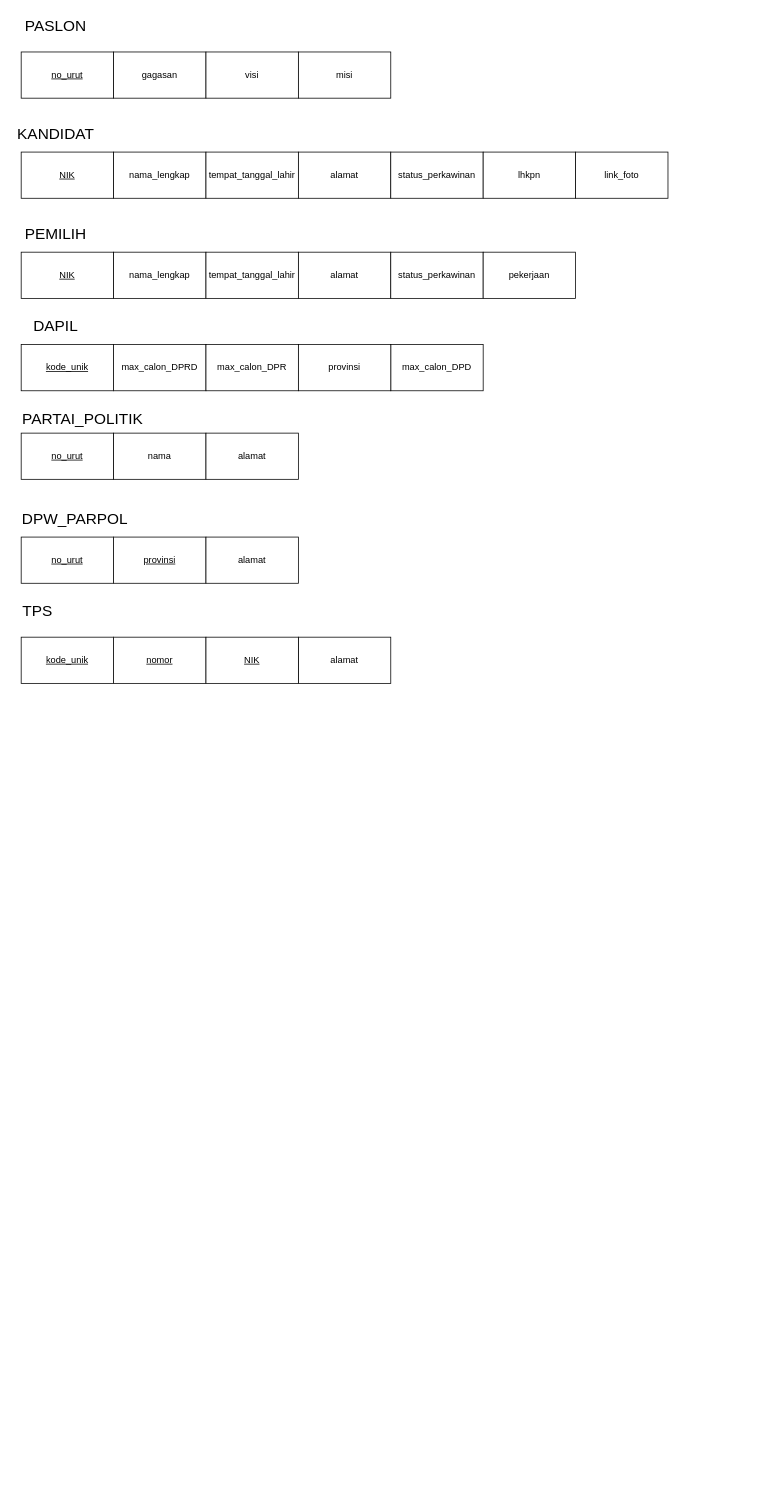
Before: TI_2_coba.drawio in thirza258/draw.io, a draw.io diagram. Source tidied: cells renumbered, new cells numbered last; positions are measured from the earlier drawing's top-left corner, leaving out a move shared by most shapes. Both pictures are drawn from the tidied source at 77%, with x=0, y=0 at pixel (13, 13).
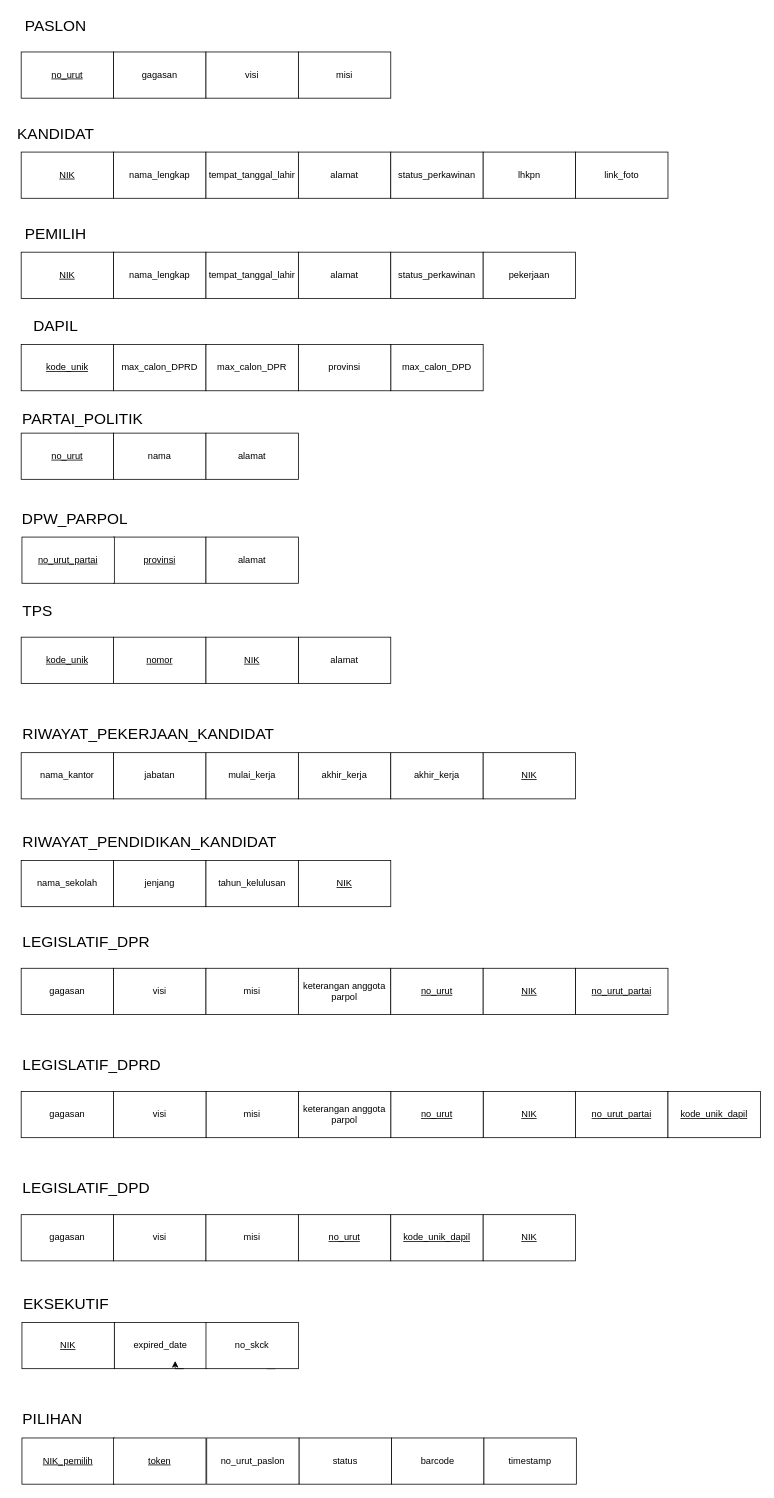
The same diagram, later.

The edit, as a diff of the source:
```diff
@@
-    <mxCell id="33" value="no_urut" style="rounded=0;whiteSpace=wrap;html=1;fontStyle=4;" parent="1" vertex="1">
-      <mxGeometry x="10" y="680" width="120" height="60" as="geometry" />
+    <mxCell id="33" value="no_urut_partai" style="rounded=0;whiteSpace=wrap;html=1;fontStyle=4;" parent="1" vertex="1">
+      <mxGeometry x="11" y="680" width="120" height="60" as="geometry" />
     </mxCell>
@@
+    <mxCell id="41" value="nama_kantor" style="rounded=0;whiteSpace=wrap;html=1;fontStyle=0;" parent="1" vertex="1">
+      <mxGeometry x="10" y="960" width="120" height="60" as="geometry" />
+    </mxCell>
+    <mxCell id="42" value="jabatan" style="rounded=0;whiteSpace=wrap;html=1;fontStyle=0;" parent="1" vertex="1">
+      <mxGeometry x="130" y="960" width="120" height="60" as="geometry" />
+    </mxCell>
+    <mxCell id="43" value="mulai_kerja" style="rounded=0;whiteSpace=wrap;html=1;fontStyle=0;" parent="1" vertex="1">
+      <mxGeometry x="250" y="960" width="120" height="60" as="geometry" />
+    </mxCell>
+    <mxCell id="44" value="akhir_kerja" style="rounded=0;whiteSpace=wrap;html=1;fontStyle=0;" parent="1" vertex="1">
+      <mxGeometry x="370" y="960" width="120" height="60" as="geometry" />
+    </mxCell>
+    <mxCell id="45" value="RIWAYAT_PEKERJAAN_KANDIDAT" style="text;html=1;align=left;verticalAlign=middle;whiteSpace=wrap;rounded=0;fontSize=20;" parent="1" vertex="1">
+      <mxGeometry x="10" y="920" width="330" height="30" as="geometry" />
+    </mxCell>
+    <mxCell id="46" value="akhir_kerja" style="rounded=0;whiteSpace=wrap;html=1;fontStyle=0;" parent="1" vertex="1">
+      <mxGeometry x="490" y="960" width="120" height="60" as="geometry" />
+    </mxCell>
+    <mxCell id="47" value="NIK" style="rounded=0;whiteSpace=wrap;html=1;fontStyle=4;" parent="1" vertex="1">
+      <mxGeometry x="610" y="960" width="120" height="60" as="geometry" />
+    </mxCell>
+    <mxCell id="48" value="nama_sekolah" style="rounded=0;whiteSpace=wrap;html=1;fontStyle=0;" parent="1" vertex="1">
+      <mxGeometry x="10" y="1100" width="120" height="60" as="geometry" />
+    </mxCell>
+    <mxCell id="49" value="jenjang" style="rounded=0;whiteSpace=wrap;html=1;fontStyle=0;" parent="1" vertex="1">
+      <mxGeometry x="130" y="1100" width="120" height="60" as="geometry" />
+    </mxCell>
+    <mxCell id="50" value="tahun_kelulusan" style="rounded=0;whiteSpace=wrap;html=1;fontStyle=0;" parent="1" vertex="1">
+      <mxGeometry x="250" y="1100" width="120" height="60" as="geometry" />
+    </mxCell>
+    <mxCell id="51" value="RIWAYAT_PENDIDIKAN_KANDIDAT" style="text;html=1;align=left;verticalAlign=middle;whiteSpace=wrap;rounded=0;fontSize=20;" parent="1" vertex="1">
+      <mxGeometry x="10" y="1060" width="330" height="30" as="geometry" />
+    </mxCell>
+    <mxCell id="52" value="NIK" style="rounded=0;whiteSpace=wrap;html=1;fontStyle=4;" parent="1" vertex="1">
+      <mxGeometry x="370" y="1100" width="120" height="60" as="geometry" />
+    </mxCell>
+    <mxCell id="53" value="gagasan" style="rounded=0;whiteSpace=wrap;html=1;fontStyle=0;" parent="1" vertex="1">
+      <mxGeometry x="10" y="1240" width="120" height="60" as="geometry" />
+    </mxCell>
+    <mxCell id="54" value="LEGISLATIF_DPR" style="text;html=1;align=left;verticalAlign=middle;whiteSpace=wrap;rounded=0;fontSize=20;" parent="1" vertex="1">
+      <mxGeometry x="10" y="1190" width="330" height="30" as="geometry" />
+    </mxCell>
+    <mxCell id="55" value="visi" style="rounded=0;whiteSpace=wrap;html=1;fontStyle=0;" parent="1" vertex="1">
+      <mxGeometry x="130" y="1240" width="120" height="60" as="geometry" />
+    </mxCell>
+    <mxCell id="56" value="misi" style="rounded=0;whiteSpace=wrap;html=1;fontStyle=0;" parent="1" vertex="1">
+      <mxGeometry x="250" y="1240" width="120" height="60" as="geometry" />
+    </mxCell>
+    <mxCell id="57" value="keterangan anggota parpol" style="rounded=0;whiteSpace=wrap;html=1;fontStyle=0;" parent="1" vertex="1">
+      <mxGeometry x="370" y="1240" width="120" height="60" as="geometry" />
+    </mxCell>
+    <mxCell id="58" value="no_urut" style="rounded=0;whiteSpace=wrap;html=1;fontStyle=4;" parent="1" vertex="1">
+      <mxGeometry x="490" y="1240" width="120" height="60" as="geometry" />
+    </mxCell>
+    <mxCell id="59" value="NIK" style="rounded=0;whiteSpace=wrap;html=1;fontStyle=4;" parent="1" vertex="1">
+      <mxGeometry x="610" y="1240" width="120" height="60" as="geometry" />
+    </mxCell>
+    <mxCell id="60" value="no_urut_partai" style="rounded=0;whiteSpace=wrap;html=1;fontStyle=4;" parent="1" vertex="1">
+      <mxGeometry x="730" y="1240" width="120" height="60" as="geometry" />
+    </mxCell>
+    <mxCell id="61" value="no_urut_partai" style="rounded=0;whiteSpace=wrap;html=1;fontStyle=4;" parent="1" vertex="1">
+      <mxGeometry x="730" y="1400" width="120" height="60" as="geometry" />
+    </mxCell>
+    <mxCell id="62" value="NIK" style="rounded=0;whiteSpace=wrap;html=1;fontStyle=4;" parent="1" vertex="1">
+      <mxGeometry x="610" y="1400" width="120" height="60" as="geometry" />
+    </mxCell>
+    <mxCell id="63" value="no_urut" style="rounded=0;whiteSpace=wrap;html=1;fontStyle=4;" parent="1" vertex="1">
+      <mxGeometry x="490" y="1400" width="120" height="60" as="geometry" />
+    </mxCell>
+    <mxCell id="64" value="keterangan anggota parpol" style="rounded=0;whiteSpace=wrap;html=1;fontStyle=0;" parent="1" vertex="1">
+      <mxGeometry x="370" y="1400" width="120" height="60" as="geometry" />
+    </mxCell>
+    <mxCell id="65" value="misi" style="rounded=0;whiteSpace=wrap;html=1;fontStyle=0;" parent="1" vertex="1">
+      <mxGeometry x="250" y="1400" width="120" height="60" as="geometry" />
+    </mxCell>
+    <mxCell id="66" value="visi" style="rounded=0;whiteSpace=wrap;html=1;fontStyle=0;" parent="1" vertex="1">
+      <mxGeometry x="130" y="1400" width="120" height="60" as="geometry" />
+    </mxCell>
+    <mxCell id="67" value="gagasan" style="rounded=0;whiteSpace=wrap;html=1;fontStyle=0;" parent="1" vertex="1">
+      <mxGeometry x="10" y="1400" width="120" height="60" as="geometry" />
+    </mxCell>
+    <mxCell id="68" value="LEGISLATIF_DPRD" style="text;html=1;align=left;verticalAlign=middle;whiteSpace=wrap;rounded=0;fontSize=20;" parent="1" vertex="1">
+      <mxGeometry x="10" y="1350" width="330" height="30" as="geometry" />
+    </mxCell>
+    <mxCell id="69" value="kode_unik_dapil" style="rounded=0;whiteSpace=wrap;html=1;fontStyle=4;" parent="1" vertex="1">
+      <mxGeometry x="850" y="1400" width="120" height="60" as="geometry" />
+    </mxCell>
+    <mxCell id="70" value="LEGISLATIF_DPD" style="text;html=1;align=left;verticalAlign=middle;whiteSpace=wrap;rounded=0;fontSize=20;" parent="1" vertex="1">
+      <mxGeometry x="10" y="1510" width="330" height="30" as="geometry" />
+    </mxCell>
+    <mxCell id="71" value="gagasan" style="rounded=0;whiteSpace=wrap;html=1;fontStyle=0;" parent="1" vertex="1">
+      <mxGeometry x="10" y="1560" width="120" height="60" as="geometry" />
+    </mxCell>
+    <mxCell id="72" value="visi" style="rounded=0;whiteSpace=wrap;html=1;fontStyle=0;" parent="1" vertex="1">
+      <mxGeometry x="130" y="1560" width="120" height="60" as="geometry" />
+    </mxCell>
+    <mxCell id="73" value="misi" style="rounded=0;whiteSpace=wrap;html=1;fontStyle=0;" parent="1" vertex="1">
+      <mxGeometry x="250" y="1560" width="120" height="60" as="geometry" />
+    </mxCell>
+    <mxCell id="74" value="no_urut" style="rounded=0;whiteSpace=wrap;html=1;fontStyle=4;" parent="1" vertex="1">
+      <mxGeometry x="370" y="1560" width="120" height="60" as="geometry" />
+    </mxCell>
+    <mxCell id="75" value="kode_unik_dapil" style="rounded=0;whiteSpace=wrap;html=1;fontStyle=4;" parent="1" vertex="1">
+      <mxGeometry x="490" y="1560" width="120" height="60" as="geometry" />
+    </mxCell>
+    <mxCell id="76" value="NIK" style="rounded=0;whiteSpace=wrap;html=1;fontStyle=4;" parent="1" vertex="1">
+      <mxGeometry x="610" y="1560" width="120" height="60" as="geometry" />
+    </mxCell>
+    <mxCell id="77" value="NIK" style="rounded=0;whiteSpace=wrap;html=1;fontStyle=4;" parent="1" vertex="1">
+      <mxGeometry x="11" y="1700" width="120" height="60" as="geometry" />
+    </mxCell>
+    <mxCell id="78" value="expired_date" style="rounded=0;whiteSpace=wrap;html=1;fontStyle=0;" parent="1" vertex="1">
+      <mxGeometry x="131" y="1700" width="120" height="60" as="geometry" />
+    </mxCell>
+    <mxCell id="79" style="edgeStyle=orthogonalEdgeStyle;rounded=0;orthogonalLoop=1;jettySize=auto;html=1;exitX=0.75;exitY=1;exitDx=0;exitDy=0;entryX=0.658;entryY=0.833;entryDx=0;entryDy=0;entryPerimeter=0;" parent="1" edge="1" source="78" target="78">
+      <mxGeometry relative="1" as="geometry" />
+    </mxCell>
+    <mxCell id="80" style="edgeStyle=orthogonalEdgeStyle;rounded=0;orthogonalLoop=1;jettySize=auto;html=1;exitX=0.75;exitY=1;exitDx=0;exitDy=0;entryX=0.658;entryY=0.833;entryDx=0;entryDy=0;entryPerimeter=0;" parent="1" edge="1" source="81" target="81">
+      <mxGeometry relative="1" as="geometry" />
+    </mxCell>
+    <mxCell id="81" value="no_skck" style="rounded=0;whiteSpace=wrap;html=1;fontStyle=0;" parent="1" vertex="1">
+      <mxGeometry x="250" y="1700" width="120" height="60" as="geometry" />
+    </mxCell>
+    <mxCell id="82" value="EKSEKUTIF" style="text;html=1;align=left;verticalAlign=middle;whiteSpace=wrap;rounded=0;fontSize=20;" parent="1" vertex="1">
+      <mxGeometry x="11" y="1660" width="330" height="30" as="geometry" />
+    </mxCell>
+    <mxCell id="83" value="NIK_pemilih" style="rounded=0;whiteSpace=wrap;html=1;fontStyle=4;" parent="1" vertex="1">
+      <mxGeometry x="11" y="1850" width="120" height="60" as="geometry" />
+    </mxCell>
+    <mxCell id="84" value="token" style="rounded=0;whiteSpace=wrap;html=1;fontStyle=4;" parent="1" vertex="1">
+      <mxGeometry x="130" y="1850" width="120" height="60" as="geometry" />
+    </mxCell>
+    <mxCell id="85" value="no_urut_paslon" style="rounded=0;whiteSpace=wrap;html=1;fontStyle=0;" parent="1" vertex="1">
+      <mxGeometry x="251" y="1850" width="120" height="60" as="geometry" />
+    </mxCell>
+    <mxCell id="86" value="status" style="rounded=0;whiteSpace=wrap;html=1;fontStyle=0;" parent="1" vertex="1">
+      <mxGeometry x="371" y="1850" width="120" height="60" as="geometry" />
+    </mxCell>
+    <mxCell id="87" value="barcode" style="rounded=0;whiteSpace=wrap;html=1;fontStyle=0;" parent="1" vertex="1">
+      <mxGeometry x="491" y="1850" width="120" height="60" as="geometry" />
+    </mxCell>
+    <mxCell id="88" value="PILIHAN" style="text;html=1;align=left;verticalAlign=middle;whiteSpace=wrap;rounded=0;fontSize=20;" parent="1" vertex="1">
+      <mxGeometry x="10" y="1810" width="330" height="30" as="geometry" />
+    </mxCell>
+    <mxCell id="89" value="timestamp" style="rounded=0;whiteSpace=wrap;html=1;fontStyle=0;" parent="1" vertex="1">
+      <mxGeometry x="611" y="1850" width="120" height="60" as="geometry" />
+    </mxCell>
```
